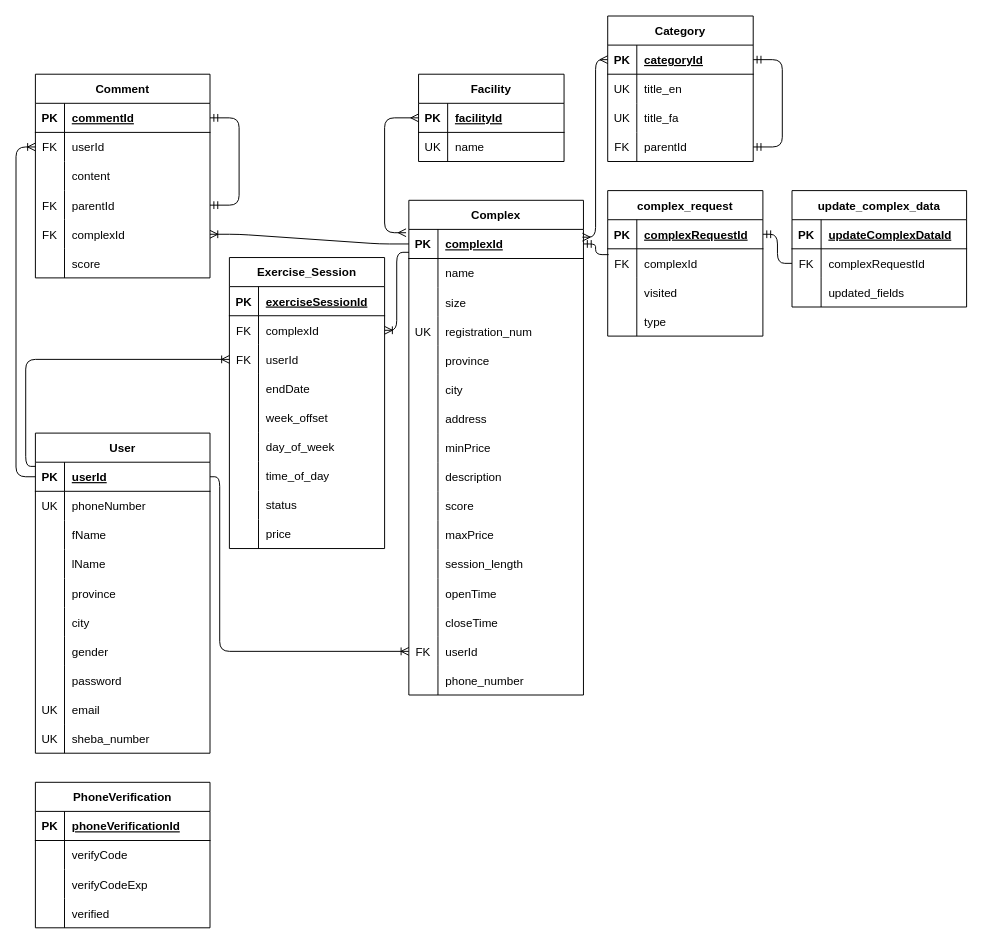
Before: sport.drawio in mohammadKhazaee/Sport-services, a draw.io diagram. Source tidied: cells renumbered, new cells numbered last; positions are measured from the earlier drawing's top-left corner, leaving out a move shared by most shapes. Both pictures are drawn from the tidied source at 97%, with x=0, y=0 at pixel (16, 16).
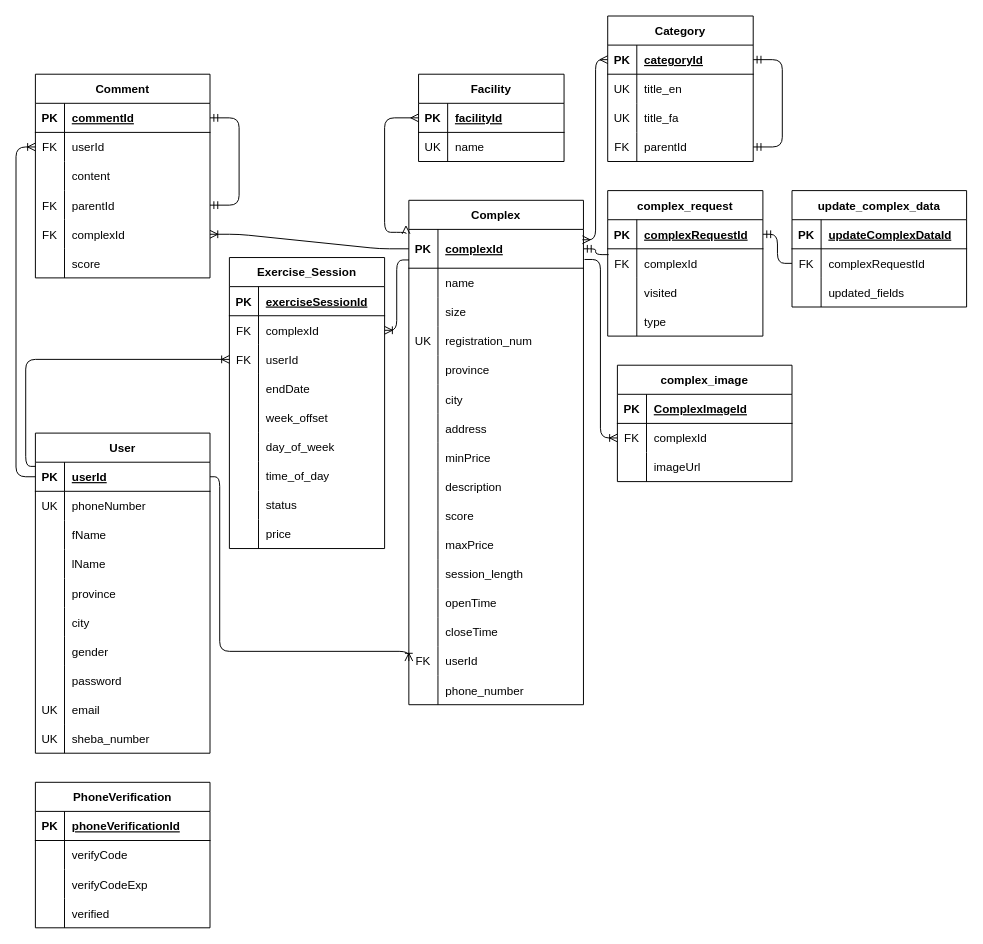
After the change.

Commit message (it also covers changes not shown here):
added complex_image table, saving and deleteing complex images

What changed in the source:
```diff
@@
     <mxCell id="46" value="Complex" style="shape=table;startSize=30;childLayout=tableLayout;rowLines=0;fontStyle=1;align=center;" parent="1" vertex="1">
-      <mxGeometry x="405" y="190" width="180" height="510" as="geometry" />
+      <mxGeometry x="405" y="190" width="180" height="520" as="geometry" />
     </mxCell>
     <mxCell id="47" style="shape=tableRow;horizontal=0;startSize=0;swimlaneHead=0;swimlaneBody=0;fillColor=none;points=[[0,0.5],[1,0.5]];portConstraint=eastwest;top=0;left=0;right=0;bottom=1;" parent="46" vertex="1">
-      <mxGeometry y="30" width="180" height="30" as="geometry" />
+      <mxGeometry y="30" width="180" height="40" as="geometry" />
     </mxCell>
     <mxCell id="48" value="PK" style="shape=partialRectangle;fillColor=none;top=0;left=0;bottom=0;right=0;fontStyle=1;overflow=hidden;" parent="47" vertex="1">
-      <mxGeometry width="30" height="30" as="geometry" />
+      <mxGeometry width="30" height="40" as="geometry" />
     </mxCell>
     <mxCell id="49" value="complexId" style="shape=partialRectangle;fillColor=none;top=0;left=0;bottom=0;right=0;align=left;spacingLeft=6;fontStyle=5;overflow=hidden;" parent="47" vertex="1">
-      <mxGeometry x="30" width="150" height="30" as="geometry" />
+      <mxGeometry x="30" width="150" height="40" as="geometry" />
     </mxCell>
     <mxCell id="50" style="shape=tableRow;horizontal=0;startSize=0;swimlaneHead=0;swimlaneBody=0;fillColor=none;top=0;left=0;right=0;bottom=0;" parent="46" vertex="1">
-      <mxGeometry y="60" width="180" height="30" as="geometry" />
+      <mxGeometry y="70" width="180" height="30" as="geometry" />
     </mxCell>
@@
     <mxCell id="53" style="shape=tableRow;horizontal=0;startSize=0;swimlaneHead=0;swimlaneBody=0;fillColor=none;top=0;left=0;right=0;bottom=0;" parent="46" vertex="1">
-      <mxGeometry y="90" width="180" height="30" as="geometry" />
+      <mxGeometry y="100" width="180" height="30" as="geometry" />
     </mxCell>
@@
     <mxCell id="56" style="shape=tableRow;horizontal=0;startSize=0;swimlaneHead=0;swimlaneBody=0;fillColor=none;top=0;left=0;right=0;bottom=0;" parent="46" vertex="1">
-      <mxGeometry y="120" width="180" height="30" as="geometry" />
+      <mxGeometry y="130" width="180" height="30" as="geometry" />
     </mxCell>
@@
     <mxCell id="59" style="shape=tableRow;horizontal=0;startSize=0;swimlaneHead=0;swimlaneBody=0;fillColor=none;top=0;left=0;right=0;bottom=0;" parent="46" vertex="1">
-      <mxGeometry y="150" width="180" height="30" as="geometry" />
+      <mxGeometry y="160" width="180" height="30" as="geometry" />
     </mxCell>
@@
     <mxCell id="62" style="shape=tableRow;horizontal=0;startSize=0;swimlaneHead=0;swimlaneBody=0;fillColor=none;top=0;left=0;right=0;bottom=0;" parent="46" vertex="1">
-      <mxGeometry y="180" width="180" height="30" as="geometry" />
+      <mxGeometry y="190" width="180" height="30" as="geometry" />
     </mxCell>
@@
     <mxCell id="65" style="shape=tableRow;horizontal=0;startSize=0;swimlaneHead=0;swimlaneBody=0;fillColor=none;top=0;left=0;right=0;bottom=0;" parent="46" vertex="1">
-      <mxGeometry y="210" width="180" height="30" as="geometry" />
+      <mxGeometry y="220" width="180" height="30" as="geometry" />
     </mxCell>
@@
     <mxCell id="68" style="shape=tableRow;horizontal=0;startSize=0;swimlaneHead=0;swimlaneBody=0;fillColor=none;top=0;left=0;right=0;bottom=0;" parent="46" vertex="1">
-      <mxGeometry y="240" width="180" height="30" as="geometry" />
+      <mxGeometry y="250" width="180" height="30" as="geometry" />
     </mxCell>
@@
     <mxCell id="71" style="shape=tableRow;horizontal=0;startSize=0;swimlaneHead=0;swimlaneBody=0;fillColor=none;top=0;left=0;right=0;bottom=0;" parent="46" vertex="1">
-      <mxGeometry y="270" width="180" height="30" as="geometry" />
+      <mxGeometry y="280" width="180" height="30" as="geometry" />
     </mxCell>
@@
     <mxCell id="74" style="shape=tableRow;horizontal=0;startSize=0;swimlaneHead=0;swimlaneBody=0;fillColor=none;top=0;left=0;right=0;bottom=0;" parent="46" vertex="1">
-      <mxGeometry y="300" width="180" height="30" as="geometry" />
+      <mxGeometry y="310" width="180" height="30" as="geometry" />
     </mxCell>
@@
     <mxCell id="77" style="shape=tableRow;horizontal=0;startSize=0;swimlaneHead=0;swimlaneBody=0;fillColor=none;top=0;left=0;right=0;bottom=0;" parent="46" vertex="1">
-      <mxGeometry y="330" width="180" height="30" as="geometry" />
+      <mxGeometry y="340" width="180" height="30" as="geometry" />
     </mxCell>
@@
     <mxCell id="80" style="shape=tableRow;horizontal=0;startSize=0;swimlaneHead=0;swimlaneBody=0;fillColor=none;top=0;left=0;right=0;bottom=0;" parent="46" vertex="1">
-      <mxGeometry y="360" width="180" height="30" as="geometry" />
+      <mxGeometry y="370" width="180" height="30" as="geometry" />
     </mxCell>
@@
     <mxCell id="83" style="shape=tableRow;horizontal=0;startSize=0;swimlaneHead=0;swimlaneBody=0;fillColor=none;top=0;left=0;right=0;bottom=0;" parent="46" vertex="1">
-      <mxGeometry y="390" width="180" height="30" as="geometry" />
+      <mxGeometry y="400" width="180" height="30" as="geometry" />
     </mxCell>
@@
     <mxCell id="86" style="shape=tableRow;horizontal=0;startSize=0;swimlaneHead=0;swimlaneBody=0;fillColor=none;top=0;left=0;right=0;bottom=0;" parent="46" vertex="1">
-      <mxGeometry y="420" width="180" height="30" as="geometry" />
+      <mxGeometry y="430" width="180" height="30" as="geometry" />
     </mxCell>
@@
     <mxCell id="89" style="shape=tableRow;horizontal=0;startSize=0;swimlaneHead=0;swimlaneBody=0;fillColor=none;points=[[0,0.5],[1,0.5]];portConstraint=eastwest;top=0;left=0;right=0;bottom=0;" parent="46" vertex="1">
-      <mxGeometry y="450" width="180" height="30" as="geometry" />
+      <mxGeometry y="460" width="180" height="30" as="geometry" />
     </mxCell>
@@
     <mxCell id="92" style="shape=tableRow;horizontal=0;startSize=0;swimlaneHead=0;swimlaneBody=0;fillColor=none;top=0;left=0;right=0;bottom=0;" parent="46" vertex="1">
-      <mxGeometry y="480" width="180" height="30" as="geometry" />
+      <mxGeometry y="490" width="180" height="30" as="geometry" />
     </mxCell>
@@
+    <mxCell id="196" value="complex_image" style="shape=table;startSize=30;childLayout=tableLayout;rowLines=0;fontStyle=1;align=center;" parent="1" vertex="1">
+      <mxGeometry x="620" y="360" width="180" height="120" as="geometry" />
+    </mxCell>
+    <mxCell id="197" style="shape=tableRow;horizontal=0;startSize=0;swimlaneHead=0;swimlaneBody=0;fillColor=none;top=0;left=0;right=0;bottom=1;" parent="196" vertex="1">
+      <mxGeometry y="30" width="180" height="30" as="geometry" />
+    </mxCell>
+    <mxCell id="198" value="PK" style="shape=partialRectangle;fillColor=none;top=0;left=0;bottom=0;right=0;fontStyle=1;overflow=hidden;" parent="197" vertex="1">
+      <mxGeometry width="30" height="30" as="geometry" />
+    </mxCell>
+    <mxCell id="199" value="ComplexImageId" style="shape=partialRectangle;fillColor=none;top=0;left=0;bottom=0;right=0;align=left;spacingLeft=6;fontStyle=5;overflow=hidden;" parent="197" vertex="1">
+      <mxGeometry x="30" width="150" height="30" as="geometry" />
+    </mxCell>
+    <mxCell id="200" style="shape=tableRow;horizontal=0;startSize=0;swimlaneHead=0;swimlaneBody=0;fillColor=none;points=[[0,0.5],[1,0.5]];portConstraint=eastwest;top=0;left=0;right=0;bottom=0;" parent="196" vertex="1">
+      <mxGeometry y="60" width="180" height="30" as="geometry" />
+    </mxCell>
+    <mxCell id="201" value="FK" style="shape=partialRectangle;fillColor=none;top=0;left=0;bottom=0;right=0;overflow=hidden;" parent="200" vertex="1">
+      <mxGeometry width="30" height="30" as="geometry" />
+    </mxCell>
+    <mxCell id="202" value="complexId" style="shape=partialRectangle;fillColor=none;top=0;left=0;bottom=0;right=0;align=left;spacingLeft=6;overflow=hidden;" parent="200" vertex="1">
+      <mxGeometry x="30" width="150" height="30" as="geometry" />
+    </mxCell>
+    <mxCell id="203" style="shape=tableRow;horizontal=0;startSize=0;swimlaneHead=0;swimlaneBody=0;fillColor=none;top=0;left=0;right=0;bottom=0;" parent="196" vertex="1">
+      <mxGeometry y="90" width="180" height="30" as="geometry" />
+    </mxCell>
+    <mxCell id="204" style="shape=partialRectangle;fillColor=none;top=0;left=0;bottom=0;right=0;overflow=hidden;" parent="203" vertex="1">
+      <mxGeometry width="30" height="30" as="geometry" />
+    </mxCell>
+    <mxCell id="205" value="imageUrl" style="shape=partialRectangle;fillColor=none;top=0;left=0;bottom=0;right=0;align=left;spacingLeft=6;overflow=hidden;" parent="203" vertex="1">
+      <mxGeometry x="30" width="150" height="30" as="geometry" />
+    </mxCell>
+    <mxCell id="206" style="edgeStyle=orthogonalEdgeStyle;fontSize=12;html=1;endArrow=ERoneToMany;entryX=0;entryY=0.5;entryDx=0;entryDy=0;rounded=1;labelBackgroundColor=default;strokeColor=default;fontFamily=Helvetica;fontColor=default;shape=connector;exitX=1.006;exitY=0.775;exitDx=0;exitDy=0;exitPerimeter=0;" parent="1" edge="1" source="47" target="200">
+      <mxGeometry relative="1" as="geometry" />
+    </mxCell>
```
